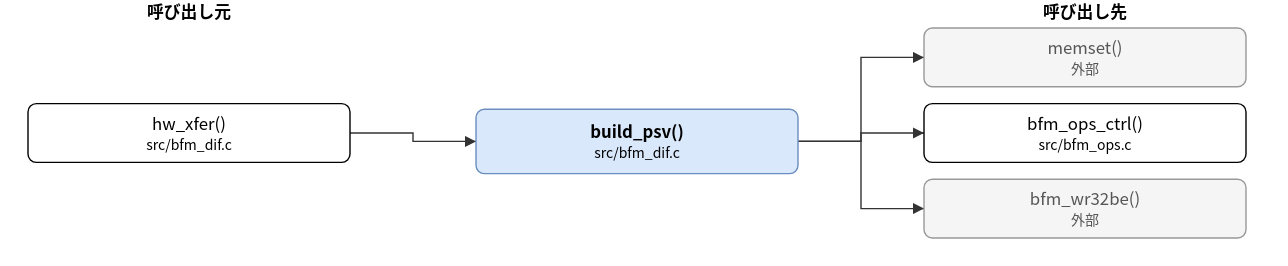
This is doc/spec/images/call_src_bfm_dif-build_psv.drawio.svg from hf355051012-ai/bfmem, a draw.io export, as it was before one commit. Source tidied: cells renumbered, new cells last; positions are measured from the earlier drawing's top-left corner, leaving out a move shared by most shapes.
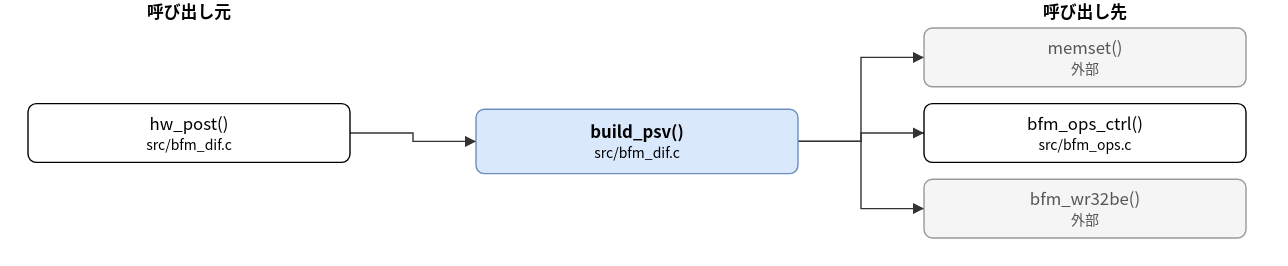
After the commit.

What changed in the source:
```diff
@@ -5,7 +5,7 @@
     <mxCell id="2" value="build_psv()&lt;br&gt;&lt;font style=&quot;font-size:10px&quot;&gt;src/bfm_dif.c&lt;/font&gt;" style="rounded=1;whiteSpace=wrap;html=1;fillColor=#dae8fc;strokeColor=#6c8ebf;fontStyle=1;" parent="1" vertex="1">
       <mxGeometry x="320" y="78" width="230" height="46" as="geometry" />
     </mxCell>
-    <mxCell id="3" value="hw_xfer()&lt;br&gt;&lt;font style=&quot;font-size:10px&quot;&gt;src/bfm_dif.c&lt;/font&gt;" style="rounded=1;whiteSpace=wrap;html=1;" parent="1" vertex="1">
+    <mxCell id="3" value="hw_post()&lt;br&gt;&lt;font style=&quot;font-size:10px&quot;&gt;src/bfm_dif.c&lt;/font&gt;" style="rounded=1;whiteSpace=wrap;html=1;" parent="1" vertex="1">
       <mxGeometry y="74" width="230" height="42" as="geometry" />
     </mxCell>
     <mxCell id="4" value="memset()&lt;br&gt;&lt;font style=&quot;font-size:10px&quot;&gt;外部&lt;/font&gt;" style="rounded=1;whiteSpace=wrap;html=1;fillColor=#f5f5f5;strokeColor=#999999;fontColor=#555555;" parent="1" vertex="1">
```
